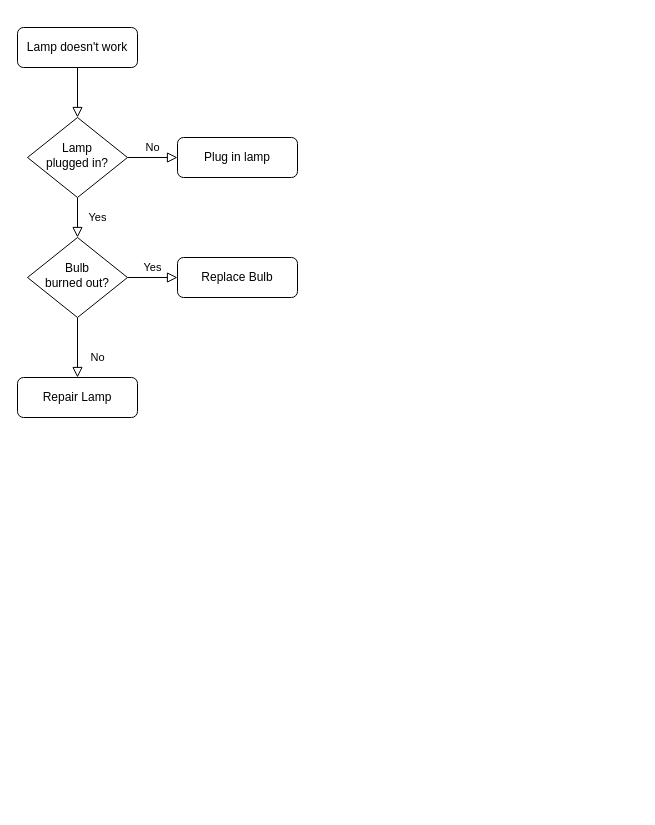
Before: DOC/diagrams.net/first_diagram.drawio in DavidkaBenAvraham/Katia, a draw.io diagram. Source tidied: cells renumbered, new cells numbered last; positions are measured from the earlier drawing's top-left corner, leaving out a move shared by most shapes. Both pictures are drawn from the tidied source at 100%, with x=0, y=0 at pixel (17, 27).
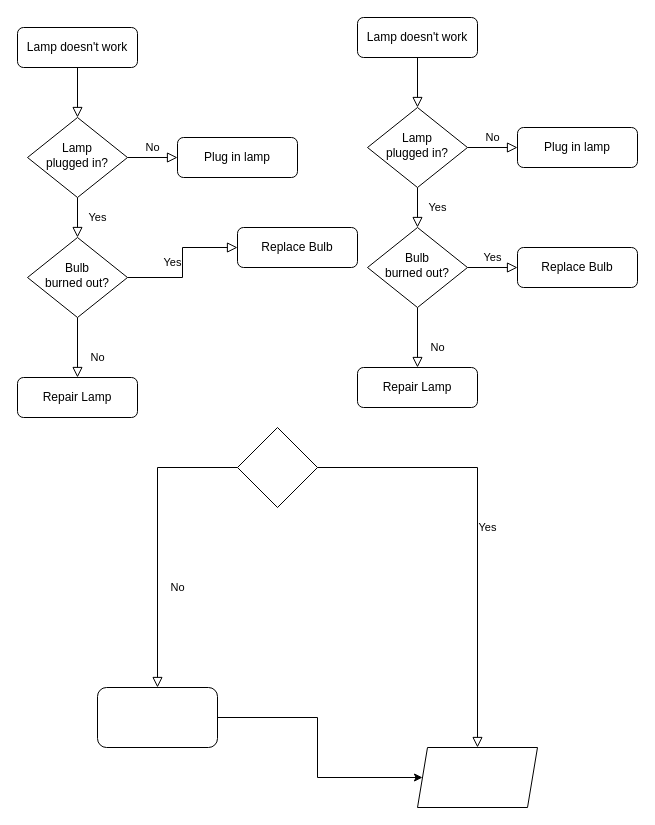
The same diagram, later.

The edit, as a diff of the source:
```diff
@@
     <mxCell id="12" value="Replace Bulb" style="rounded=1;whiteSpace=wrap;html=1;fontSize=12;glass=0;strokeWidth=1;shadow=0;" parent="1" vertex="1">
-      <mxGeometry x="160" y="230" width="120" height="40" as="geometry" />
+      <mxGeometry x="220" y="200" width="120" height="40" as="geometry" />
     </mxCell>
+    <mxCell id="13" style="rounded=0;html=1;jettySize=auto;fontSize=11;endArrow=block;endFill=0;endSize=8;strokeWidth=1;shadow=0;labelBackgroundColor=none;edgeStyle=orthogonalEdgeStyle;" parent="1" edge="1" source="14" target="17">
+      <mxGeometry relative="1" as="geometry" />
+    </mxCell>
+    <mxCell id="14" value="Lamp doesn't work" style="rounded=1;whiteSpace=wrap;html=1;fontSize=12;glass=0;strokeWidth=1;shadow=0;" parent="1" vertex="1">
+      <mxGeometry x="340" y="-10" width="120" height="40" as="geometry" />
+    </mxCell>
+    <mxCell id="15" value="Yes" style="rounded=0;html=1;jettySize=auto;fontSize=11;endArrow=block;endFill=0;endSize=8;strokeWidth=1;shadow=0;labelBackgroundColor=none;edgeStyle=orthogonalEdgeStyle;" parent="1" edge="1" source="17" target="21">
+      <mxGeometry y="20" relative="1" as="geometry" />
+    </mxCell>
+    <mxCell id="16" value="No" style="edgeStyle=orthogonalEdgeStyle;rounded=0;html=1;jettySize=auto;fontSize=11;endArrow=block;endFill=0;endSize=8;strokeWidth=1;shadow=0;labelBackgroundColor=none;" parent="1" edge="1" source="17" target="18">
+      <mxGeometry y="10" relative="1" as="geometry" />
+    </mxCell>
+    <mxCell id="17" value="Lamp&lt;br&gt;plugged in?" style="rhombus;whiteSpace=wrap;html=1;shadow=0;fontFamily=Helvetica;fontSize=12;align=center;strokeWidth=1;spacing=6;spacingTop=-4;" parent="1" vertex="1">
+      <mxGeometry x="350" y="80" width="100" height="80" as="geometry" />
+    </mxCell>
+    <mxCell id="18" value="Plug in lamp" style="rounded=1;whiteSpace=wrap;html=1;fontSize=12;glass=0;strokeWidth=1;shadow=0;" parent="1" vertex="1">
+      <mxGeometry x="500" y="100" width="120" height="40" as="geometry" />
+    </mxCell>
+    <mxCell id="19" value="No" style="rounded=0;html=1;jettySize=auto;fontSize=11;endArrow=block;endFill=0;endSize=8;strokeWidth=1;shadow=0;labelBackgroundColor=none;edgeStyle=orthogonalEdgeStyle;" parent="1" edge="1" source="21" target="22">
+      <mxGeometry x="0.33" y="20" relative="1" as="geometry" />
+    </mxCell>
+    <mxCell id="20" value="Yes" style="edgeStyle=orthogonalEdgeStyle;rounded=0;html=1;jettySize=auto;fontSize=11;endArrow=block;endFill=0;endSize=8;strokeWidth=1;shadow=0;labelBackgroundColor=none;" parent="1" edge="1" source="21" target="23">
+      <mxGeometry y="10" relative="1" as="geometry" />
+    </mxCell>
+    <mxCell id="21" value="Bulb&lt;br&gt;burned out?" style="rhombus;whiteSpace=wrap;html=1;shadow=0;fontFamily=Helvetica;fontSize=12;align=center;strokeWidth=1;spacing=6;spacingTop=-4;" parent="1" vertex="1">
+      <mxGeometry x="350" y="200" width="100" height="80" as="geometry" />
+    </mxCell>
+    <mxCell id="22" value="Repair Lamp" style="rounded=1;whiteSpace=wrap;html=1;fontSize=12;glass=0;strokeWidth=1;shadow=0;" parent="1" vertex="1">
+      <mxGeometry x="340" y="340" width="120" height="40" as="geometry" />
+    </mxCell>
+    <mxCell id="23" value="Replace Bulb" style="rounded=1;whiteSpace=wrap;html=1;fontSize=12;glass=0;strokeWidth=1;shadow=0;" parent="1" vertex="1">
+      <mxGeometry x="500" y="220" width="120" height="40" as="geometry" />
+    </mxCell>
+    <mxCell id="24" style="shape=parallelogram;perimeter=parallelogramPerimeter;whiteSpace=wrap;html=1;fixedSize=1;size=10;" parent="1" vertex="1">
+      <mxGeometry x="400" y="720" width="120" height="60" as="geometry" />
+    </mxCell>
+    <mxCell id="25" style="rhombus;whiteSpace=wrap;html=1;" parent="1" vertex="1">
+      <mxGeometry x="220" y="400" width="80" height="80" as="geometry" />
+    </mxCell>
+    <mxCell id="26" style="edgeStyle=orthogonalEdgeStyle;rounded=0;jettySize=auto;html=1;entryX=0;entryY=0.5;entryDx=0;entryDy=0;" parent="1" edge="1" source="27" target="24">
+      <mxGeometry relative="1" as="geometry" />
+    </mxCell>
+    <mxCell id="27" style="rounded=1;whiteSpace=wrap;html=1;" parent="1" vertex="1">
+      <mxGeometry x="80" y="660" width="120" height="60" as="geometry" />
+    </mxCell>
+    <mxCell id="28" value="No" style="rounded=0;html=1;jettySize=auto;fontSize=11;endArrow=block;endFill=0;endSize=8;strokeWidth=1;shadow=0;labelBackgroundColor=none;edgeStyle=orthogonalEdgeStyle;entryX=0.5;entryY=0;entryDx=0;entryDy=0;exitX=0;exitY=0.5;exitDx=0;exitDy=0;" parent="1" edge="1" source="25" target="27">
+      <mxGeometry x="0.33" y="20" relative="1" as="geometry" />
+    </mxCell>
+    <mxCell id="29" value="Yes" style="edgeStyle=orthogonalEdgeStyle;rounded=0;html=1;jettySize=auto;fontSize=11;endArrow=block;endFill=0;endSize=8;strokeWidth=1;shadow=0;labelBackgroundColor=none;exitX=1;exitY=0.5;exitDx=0;exitDy=0;entryX=0.5;entryY=0;entryDx=0;entryDy=0;" parent="1" edge="1" source="25" target="24">
+      <mxGeometry y="10" relative="1" as="geometry" />
+    </mxCell>
```
